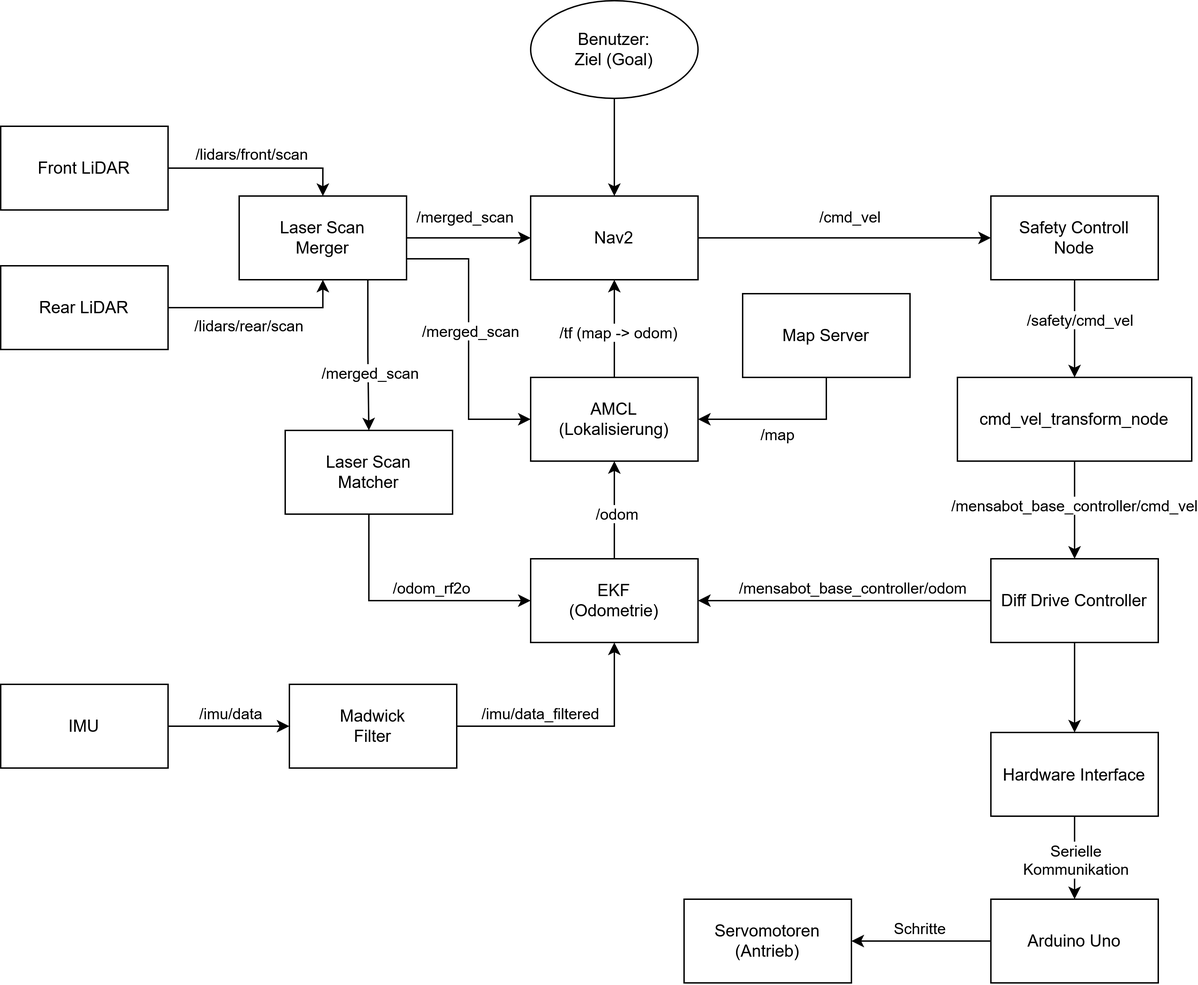
Before: docs/images/dataflow.png, a diagram exported from draw.io (FabCode288/HSK-Mensabot). Source tidied: cells renumbered, new cells last; positions are measured from the earlier drawing's top-left corner, leaving out a move shared by most shapes.
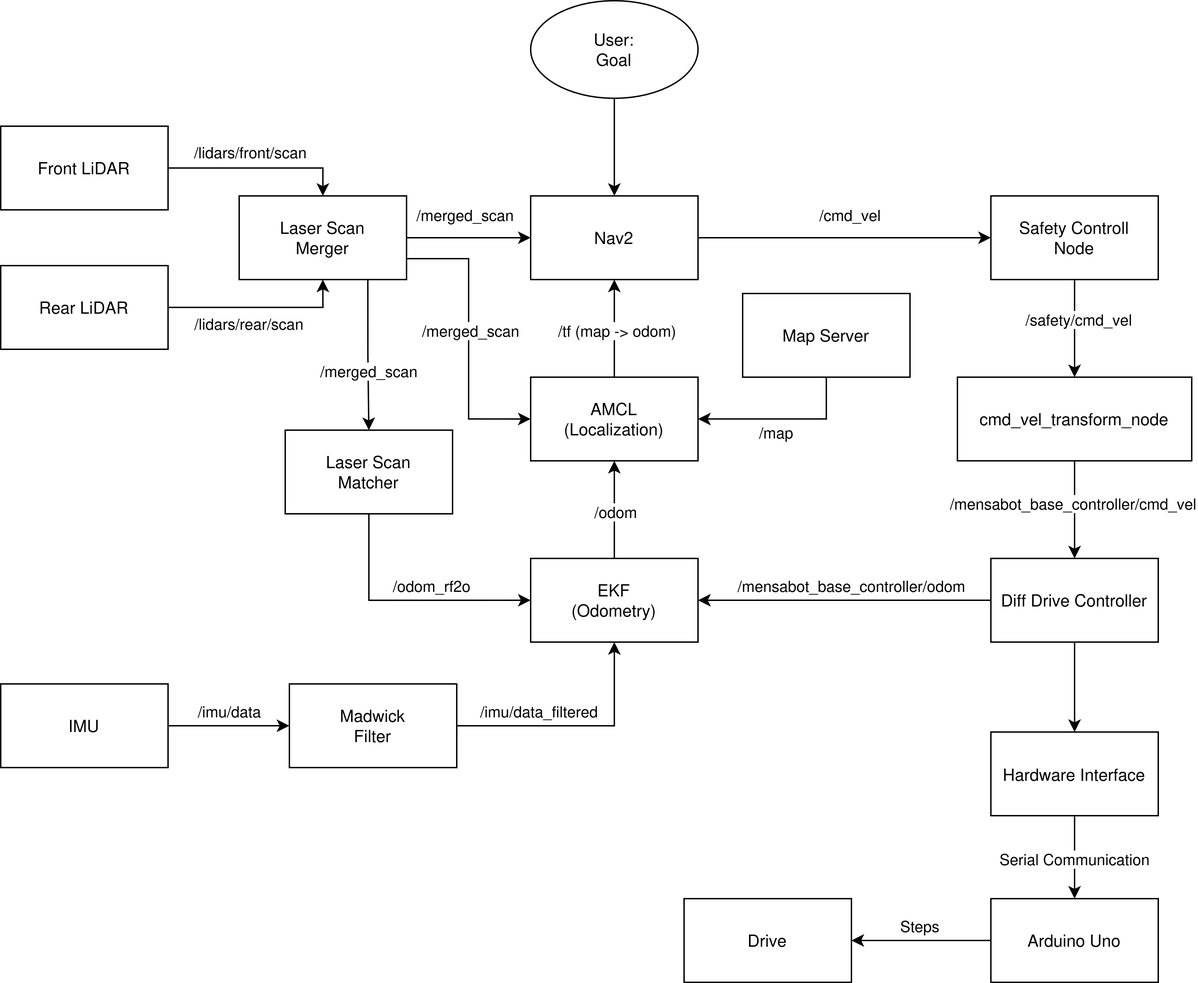
The same diagram one commit later.

What changed in the source:
```diff
@@ -63,7 +63,7 @@
     <mxCell id="18" value="/tf (map -&amp;gt; odom)" style="edgeLabel;html=1;align=center;verticalAlign=middle;" parent="17" vertex="1">
       <mxGeometry x="-0.06" y="-2" relative="1" as="geometry" />
     </mxCell>
-    <mxCell id="19" value="&lt;div&gt;AMCL&lt;/div&gt;&lt;div&gt;(Lokalisierung)&lt;/div&gt;" style="rounded=0;whiteSpace=wrap;html=1;" parent="1" vertex="1">
+    <mxCell id="19" value="&lt;div&gt;AMCL&lt;/div&gt;&lt;div&gt;(Localization)&lt;/div&gt;" style="rounded=0;whiteSpace=wrap;html=1;" parent="1" vertex="1">
       <mxGeometry x="380" y="270" width="120" height="60" as="geometry" />
     </mxCell>
     <mxCell id="20" style="edgeStyle=orthogonalEdgeStyle;rounded=0;jettySize=auto;html=1;entryX=0.5;entryY=1;entryDx=0;entryDy=0;" parent="1" edge="1" source="22" target="19">
@@ -72,7 +72,7 @@
     <mxCell id="21" value="/odom" style="edgeLabel;html=1;align=center;verticalAlign=middle;" parent="20" vertex="1">
       <mxGeometry x="-0.06" y="-1" relative="1" as="geometry" />
     </mxCell>
-    <mxCell id="22" value="&lt;div&gt;EKF&lt;/div&gt;&lt;div&gt;(Odometrie)&lt;/div&gt;" style="rounded=0;whiteSpace=wrap;html=1;" parent="1" vertex="1">
+    <mxCell id="22" value="&lt;div&gt;EKF&lt;/div&gt;&lt;div&gt;(Odometry)&lt;/div&gt;" style="rounded=0;whiteSpace=wrap;html=1;" parent="1" vertex="1">
       <mxGeometry x="380" y="400" width="120" height="60" as="geometry" />
     </mxCell>
     <mxCell id="23" style="edgeStyle=orthogonalEdgeStyle;rounded=0;jettySize=auto;html=1;" parent="1" edge="1" source="25" target="22">
@@ -114,7 +114,7 @@
     <mxCell id="33" style="edgeStyle=orthogonalEdgeStyle;rounded=0;jettySize=auto;html=1;entryX=0.5;entryY=0;entryDx=0;entryDy=0;" parent="1" edge="1" source="34" target="16">
       <mxGeometry relative="1" as="geometry" />
     </mxCell>
-    <mxCell id="34" value="&lt;div&gt;Benutzer:&lt;/div&gt;&lt;div&gt;Ziel (Goal)&lt;/div&gt;" style="ellipse;whiteSpace=wrap;html=1;" parent="1" vertex="1">
+    <mxCell id="34" value="&lt;div&gt;User:&lt;/div&gt;&lt;div&gt;Goal&lt;/div&gt;" style="ellipse;whiteSpace=wrap;html=1;" parent="1" vertex="1">
       <mxGeometry x="380" width="120" height="70" as="geometry" />
     </mxCell>
     <mxCell id="35" style="edgeStyle=orthogonalEdgeStyle;rounded=0;jettySize=auto;html=1;entryX=0.5;entryY=0;entryDx=0;entryDy=0;" parent="1" edge="1" source="37" target="40">
@@ -138,7 +138,7 @@
     <mxCell id="41" style="edgeStyle=orthogonalEdgeStyle;rounded=0;jettySize=auto;html=1;entryX=0.5;entryY=0;entryDx=0;entryDy=0;" parent="1" edge="1" source="43" target="46">
       <mxGeometry relative="1" as="geometry" />
     </mxCell>
-    <mxCell id="42" value="&lt;div&gt;Serielle&lt;/div&gt;&lt;div&gt;Kommunikation&lt;/div&gt;" style="edgeLabel;html=1;align=center;verticalAlign=middle;" parent="41" vertex="1">
+    <mxCell id="42" value="Serial Communication" style="edgeLabel;html=1;align=center;verticalAlign=middle;" parent="41" vertex="1">
       <mxGeometry x="0.15" relative="1" as="geometry">
         <mxPoint y="-3" as="offset" />
       </mxGeometry>
@@ -149,7 +149,7 @@
     <mxCell id="44" style="edgeStyle=orthogonalEdgeStyle;rounded=0;jettySize=auto;html=1;" parent="1" edge="1" source="46" target="47">
       <mxGeometry relative="1" as="geometry" />
     </mxCell>
-    <mxCell id="45" value="Schritte" style="edgeLabel;html=1;align=center;verticalAlign=middle;" parent="44" vertex="1">
+    <mxCell id="45" value="Steps" style="edgeLabel;html=1;align=center;verticalAlign=middle;" parent="44" vertex="1">
       <mxGeometry x="-0.09" y="-1" relative="1" as="geometry">
         <mxPoint x="-6" y="-9" as="offset" />
       </mxGeometry>
@@ -157,7 +157,7 @@
     <mxCell id="46" value="Arduino Uno" style="rounded=0;whiteSpace=wrap;html=1;" parent="1" vertex="1">
       <mxGeometry x="710" y="644" width="120" height="60" as="geometry" />
     </mxCell>
-    <mxCell id="47" value="&lt;div&gt;Servomotoren&lt;/div&gt;&lt;div&gt;(Antrieb)&lt;/div&gt;" style="rounded=0;whiteSpace=wrap;html=1;" parent="1" vertex="1">
+    <mxCell id="47" value="Drive" style="rounded=0;whiteSpace=wrap;html=1;" parent="1" vertex="1">
       <mxGeometry x="490" y="644" width="120" height="60" as="geometry" />
     </mxCell>
     <mxCell id="48" style="edgeStyle=orthogonalEdgeStyle;rounded=0;jettySize=auto;html=1;exitX=0.5;exitY=1;exitDx=0;exitDy=0;" parent="1" edge="1" source="50" target="19">
```
